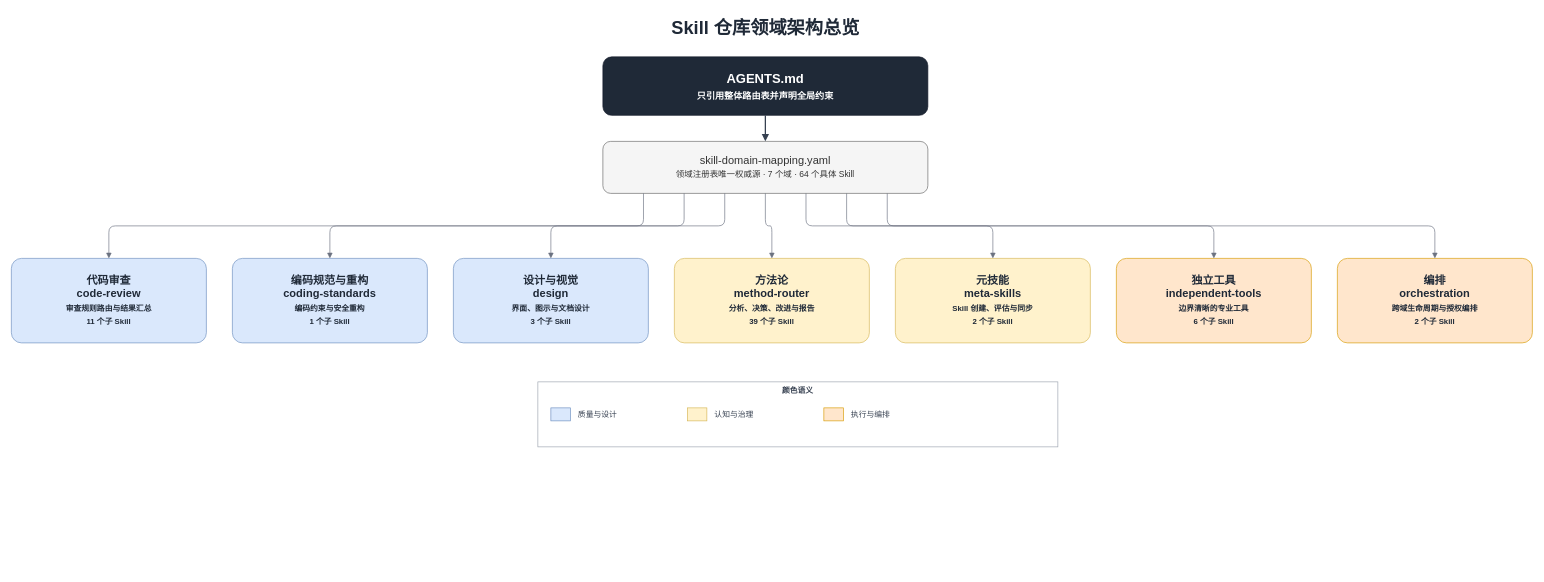
This is page "领域总览" (1 of 2) of skill-domain-architecture.drawio from MUQZQ/skills, a draw.io file, before an edit. Source tidied: cells renumbered, new cells numbered last; positions are measured from the earlier drawing's top-left corner, leaving out a move shared by most shapes. Both pictures are drawn from the tidied source at 65%, with x=0, y=0 at pixel (11, 11).
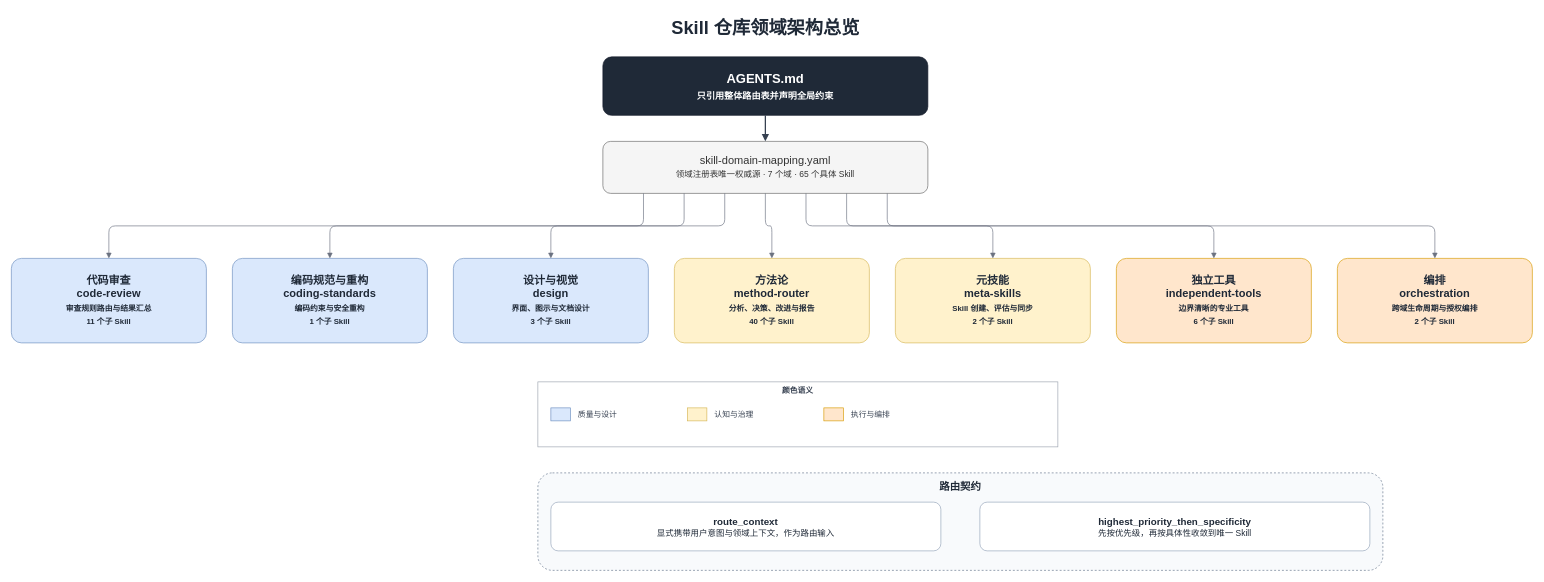
Above is the later version.

Commit message (it also covers changes not shown here):
feat(method-router): add deterministic discovery routing

The edit, as a diff of the source:
```diff
@@
-    <mxCell id="4" value="skill-domain-mapping.yaml&lt;br&gt;&lt;font style=&quot;font-size:13px&quot;&gt;领域注册表唯一权威源 · 7 个域 · 64 个具体 Skill&lt;/font&gt;" style="rounded=1;whiteSpace=wrap;html=1;fillColor=#f5f5f5;strokeColor=#666666;fontColor=#333333;fontSize=17;" parent="1" vertex="1">
+    <mxCell id="4" value="skill-domain-mapping.yaml&lt;br&gt;&lt;font style=&quot;font-size:13px&quot;&gt;领域注册表唯一权威源 · 7 个域 · 65 个具体 Skill&lt;/font&gt;" style="rounded=1;whiteSpace=wrap;html=1;fillColor=#f5f5f5;strokeColor=#666666;fontColor=#333333;fontSize=17;" parent="1" vertex="1">
       <mxGeometry x="910" y="200" width="500" height="80" as="geometry" />
     </mxCell>
@@
-    <mxCell id="12" value="方法论&lt;br&gt;&lt;b&gt;method-router&lt;/b&gt;&lt;br&gt;&lt;font style=&quot;font-size:12px&quot;&gt;分析、决策、改进与报告&lt;br&gt;39 个子 Skill&lt;/font&gt;" style="rounded=1;whiteSpace=wrap;html=1;fillColor=#fff2cc;strokeColor=#d6b656;fontColor=#1f2937;fontSize=17;fontStyle=1;arcSize=12;" parent="1" vertex="1">
+    <mxCell id="12" value="方法论&lt;br&gt;&lt;b&gt;method-router&lt;/b&gt;&lt;br&gt;&lt;font style=&quot;font-size:12px&quot;&gt;分析、决策、改进与报告&lt;br&gt;40 个子 Skill&lt;/font&gt;" style="rounded=1;whiteSpace=wrap;html=1;fillColor=#fff2cc;strokeColor=#d6b656;fontColor=#1f2937;fontSize=17;fontStyle=1;arcSize=12;" parent="1" vertex="1">
       <mxGeometry x="1020" y="380" width="300" height="130" as="geometry" />
     </mxCell>
@@
+    <mxCell id="27" value="路由契约" style="rounded=1;whiteSpace=wrap;html=1;fillColor=#f8fafc;strokeColor=#64748b;fontColor=#1f2937;fontSize=16;fontStyle=1;dashed=1;verticalAlign=top;align=center;spacingTop=5;" parent="1" vertex="1">
+      <mxGeometry x="810" y="710" width="1300" height="150" as="geometry" />
+    </mxCell>
+    <mxCell id="28" value="&lt;b&gt;route_context&lt;/b&gt;&lt;br&gt;&lt;font style=&quot;font-size:13px&quot;&gt;显式携带用户意图与领域上下文，作为路由输入&lt;/font&gt;" style="rounded=1;whiteSpace=wrap;html=1;fillColor=#ffffff;strokeColor=#94a3b8;fontColor=#1f2937;fontSize=15;" parent="27" vertex="1">
+      <mxGeometry x="20" y="45" width="600" height="75" as="geometry" />
+    </mxCell>
+    <mxCell id="29" value="&lt;b&gt;highest_priority_then_specificity&lt;/b&gt;&lt;br&gt;&lt;font style=&quot;font-size:13px&quot;&gt;先按优先级，再按具体性收敛到唯一 Skill&lt;/font&gt;" style="rounded=1;whiteSpace=wrap;html=1;fillColor=#ffffff;strokeColor=#94a3b8;fontColor=#1f2937;fontSize=15;" parent="27" vertex="1">
+      <mxGeometry x="680" y="45" width="600" height="75" as="geometry" />
+    </mxCell>
```
